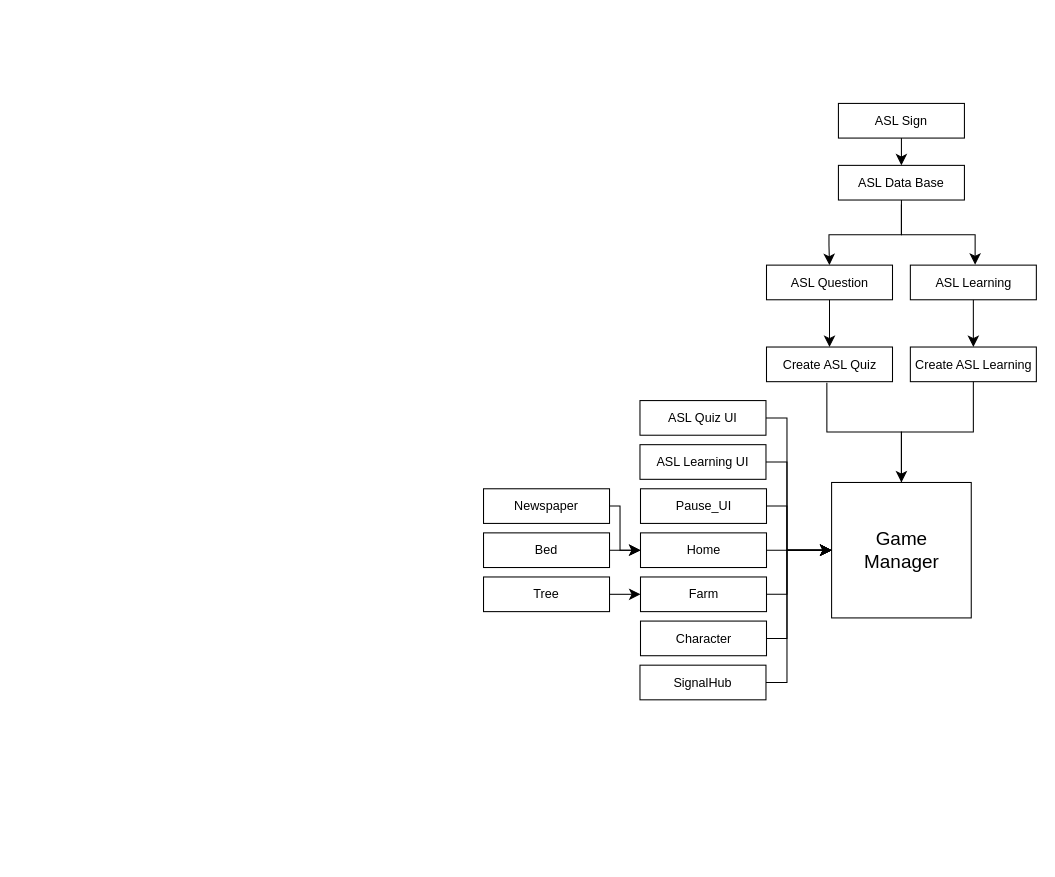
The draw.io diagram Week 4/Design Outline.drawio in Saylopong/Capstone-UMGC, before the edit. Source tidied: cells renumbered, new cells numbered last; positions are measured from the earlier drawing's top-left corner, leaving out a move shared by most shapes. Both pictures are drawn from the tidied source at 105%, with x=0, y=0 at pixel (483, 103).
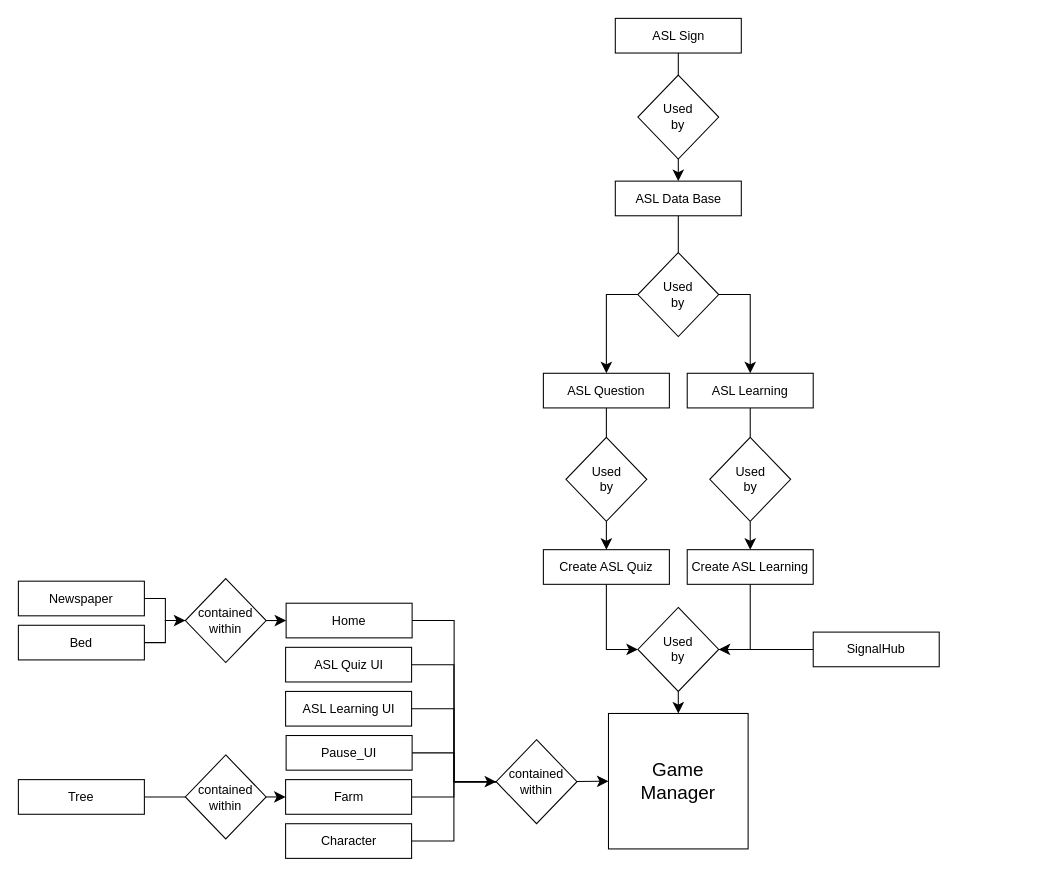
The same diagram, later.

Commit message (it also covers changes not shown here):
Adjustments to Project Design

Design adjustment to better show how sections are interacted with each other.

Change to the diagram source:
```diff
@@
-    <mxCell id="2" style="edgeStyle=none;curved=1;rounded=0;jettySize=auto;html=1;entryX=0.5;entryY=0;entryDx=0;entryDy=0;fontSize=12;startSize=8;endSize=8;" parent="1" edge="1" source="3" target="6">
-      <mxGeometry relative="1" as="geometry" />
-    </mxCell>
+    <mxCell id="36" style="edgeStyle=none;curved=1;rounded=0;jettySize=auto;html=1;entryX=0.5;entryY=0;entryDx=0;entryDy=0;fontSize=12;startSize=8;endSize=8;endArrow=none;endFill=0;" parent="1" edge="1" source="3" target="62">
+      <mxGeometry relative="1" as="geometry" />
+    </mxCell>
     <mxCell id="3" value="ASL Question" style="rounded=0;whiteSpace=wrap;html=1;" parent="1" vertex="1">
-      <mxGeometry x="269.5" y="154" width="120" height="33" as="geometry" />
+      <mxGeometry x="57" y="257" width="120" height="33" as="geometry" />
     </mxCell>
-    <mxCell id="4" style="edgeStyle=none;curved=1;rounded=0;jettySize=auto;html=1;entryX=0.5;entryY=0;entryDx=0;entryDy=0;fontSize=12;startSize=8;endSize=8;" parent="1" edge="1" source="5" target="7">
-      <mxGeometry relative="1" as="geometry" />
-    </mxCell>
+    <mxCell id="37" style="edgeStyle=none;curved=1;rounded=0;jettySize=auto;html=1;entryX=0.5;entryY=0;entryDx=0;entryDy=0;fontSize=12;startSize=8;endSize=8;endArrow=none;endFill=0;" parent="1" edge="1" source="5" target="64">
+      <mxGeometry relative="1" as="geometry" />
+    </mxCell>
     <mxCell id="5" value="ASL Learning" style="rounded=0;whiteSpace=wrap;html=1;" parent="1" vertex="1">
-      <mxGeometry x="406.5" y="154" width="120" height="33" as="geometry" />
+      <mxGeometry x="194" y="257" width="120" height="33" as="geometry" />
     </mxCell>
+    <mxCell id="38" style="edgeStyle=orthogonalEdgeStyle;rounded=0;jettySize=auto;html=1;entryX=0;entryY=0.5;entryDx=0;entryDy=0;fontSize=12;startSize=8;endSize=8;" parent="1" edge="1" source="6" target="55">
+      <mxGeometry relative="1" as="geometry" />
+    </mxCell>
     <mxCell id="6" value="Create ASL Quiz" style="rounded=0;whiteSpace=wrap;html=1;" parent="1" vertex="1">
-      <mxGeometry x="269.5" y="232" width="120" height="33" as="geometry" />
+      <mxGeometry x="57" y="425" width="120" height="33" as="geometry" />
     </mxCell>
+    <mxCell id="39" style="edgeStyle=orthogonalEdgeStyle;rounded=0;jettySize=auto;html=1;entryX=1;entryY=0.5;entryDx=0;entryDy=0;fontSize=12;startSize=8;endSize=8;" parent="1" edge="1" source="7" target="55">
+      <mxGeometry relative="1" as="geometry" />
+    </mxCell>
     <mxCell id="7" value="Create ASL Learning" style="rounded=0;whiteSpace=wrap;html=1;" parent="1" vertex="1">
-      <mxGeometry x="406.5" y="232" width="120" height="33" as="geometry" />
+      <mxGeometry x="194" y="425" width="120" height="33" as="geometry" />
     </mxCell>
     <mxCell id="8" value="Game&lt;div&gt;Manager&lt;/div&gt;" style="rounded=0;whiteSpace=wrap;html=1;fontSize=18;" parent="1" vertex="1">
-      <mxGeometry x="331.5" y="361" width="133" height="129" as="geometry" />
+      <mxGeometry x="119" y="581" width="133" height="129" as="geometry" />
     </mxCell>
-    <mxCell id="9" style="edgeStyle=orthogonalEdgeStyle;rounded=0;jettySize=auto;html=1;entryX=0;entryY=0.5;entryDx=0;entryDy=0;fontSize=12;startSize=8;endSize=8;" parent="1" edge="1" source="10" target="8">
-      <mxGeometry relative="1" as="geometry">
-        <Array as="points">
-          <mxPoint x="289" y="300" />
-          <mxPoint x="289" y="426" />
-        </Array>
-      </mxGeometry>
-    </mxCell>
+    <mxCell id="40" style="edgeStyle=orthogonalEdgeStyle;rounded=0;jettySize=auto;html=1;entryX=0;entryY=0.5;entryDx=0;entryDy=0;fontSize=12;startSize=8;endSize=8;" parent="1" edge="1" source="10" target="53">
+      <mxGeometry relative="1" as="geometry" />
+    </mxCell>
     <mxCell id="10" value="ASL Quiz UI" style="rounded=0;whiteSpace=wrap;html=1;" parent="1" vertex="1">
-      <mxGeometry x="149" y="283" width="120" height="33" as="geometry" />
+      <mxGeometry x="-188.5" y="518" width="120" height="33" as="geometry" />
     </mxCell>
-    <mxCell id="11" style="edgeStyle=orthogonalEdgeStyle;rounded=0;jettySize=auto;html=1;entryX=0;entryY=0.5;entryDx=0;entryDy=0;fontSize=12;startSize=8;endSize=8;" parent="1" edge="1" source="12" target="8">
-      <mxGeometry relative="1" as="geometry">
-        <Array as="points">
-          <mxPoint x="289" y="341" />
-          <mxPoint x="289" y="425" />
-        </Array>
-      </mxGeometry>
-    </mxCell>
+    <mxCell id="41" style="edgeStyle=orthogonalEdgeStyle;rounded=0;jettySize=auto;html=1;entryX=0;entryY=0.5;entryDx=0;entryDy=0;fontSize=12;startSize=8;endSize=8;endArrow=none;endFill=0;" parent="1" edge="1" source="12" target="53">
+      <mxGeometry relative="1" as="geometry" />
+    </mxCell>
     <mxCell id="12" value="ASL Learning UI" style="rounded=0;whiteSpace=wrap;html=1;" parent="1" vertex="1">
-      <mxGeometry x="149" y="325" width="120" height="33" as="geometry" />
+      <mxGeometry x="-188.5" y="560" width="120" height="33" as="geometry" />
     </mxCell>
-    <mxCell id="13" style="edgeStyle=orthogonalEdgeStyle;rounded=0;jettySize=auto;html=1;entryX=0;entryY=0.5;entryDx=0;entryDy=0;fontSize=12;startSize=8;endSize=8;" parent="1" edge="1" source="14" target="8">
-      <mxGeometry relative="1" as="geometry">
-        <Array as="points">
-          <mxPoint x="289" y="383" />
-          <mxPoint x="289" y="425" />
-        </Array>
-      </mxGeometry>
-    </mxCell>
+    <mxCell id="42" style="edgeStyle=orthogonalEdgeStyle;rounded=0;jettySize=auto;html=1;entryX=0;entryY=0.5;entryDx=0;entryDy=0;fontSize=12;startSize=8;endSize=8;endArrow=none;endFill=0;" parent="1" edge="1" source="14" target="53">
+      <mxGeometry relative="1" as="geometry" />
+    </mxCell>
     <mxCell id="14" value="Pause_UI" style="rounded=0;whiteSpace=wrap;html=1;" parent="1" vertex="1">
-      <mxGeometry x="149.5" y="367" width="120" height="33" as="geometry" />
+      <mxGeometry x="-188" y="602" width="120" height="33" as="geometry" />
     </mxCell>
-    <mxCell id="15" style="endArrow=classic;html=1;rounded=0;fontSize=12;startSize=8;endSize=8;edgeStyle=orthogonalEdgeStyle;exitX=0.5;exitY=1.006;exitDx=0;exitDy=0;exitPerimeter=0;entryX=0.514;entryY=-0.011;entryDx=0;entryDy=0;entryPerimeter=0;endFill=1;" parent="1" edge="1" target="5">
-      <mxGeometry relative="1" as="geometry">
-        <mxPoint x="398" y="96.2" as="sourcePoint" />
-        <Array as="points">
-          <mxPoint x="398" y="125" />
-          <mxPoint x="468" y="125" />
-          <mxPoint x="468" y="154" />
-        </Array>
-      </mxGeometry>
-    </mxCell>
-    <mxCell id="16" style="endArrow=classic;html=1;rounded=0;fontSize=12;startSize=8;endSize=8;edgeStyle=orthogonalEdgeStyle;startArrow=none;startFill=0;endFill=1;entryX=0.5;entryY=0;entryDx=0;entryDy=0;exitX=0.5;exitY=1;exitDx=0;exitDy=0;" parent="1" edge="1" source="33" target="3">
-      <mxGeometry relative="1" as="geometry">
-        <Array as="points">
-          <mxPoint x="398" y="125" />
-          <mxPoint x="329" y="125" />
-          <mxPoint x="329" y="135" />
-          <mxPoint x="330" y="135" />
-        </Array>
-      </mxGeometry>
-    </mxCell>
-    <mxCell id="17" style="endArrow=classic;html=1;rounded=0;fontSize=12;startSize=8;endSize=8;edgeStyle=orthogonalEdgeStyle;exitX=0.479;exitY=1.03;exitDx=0;exitDy=0;exitPerimeter=0;endFill=1;" parent="1" edge="1" source="6" target="8">
-      <mxGeometry relative="1" as="geometry" />
-    </mxCell>
-    <mxCell id="18" style="endArrow=none;html=1;rounded=0;fontSize=12;startSize=8;endSize=8;edgeStyle=orthogonalEdgeStyle;exitX=0.5;exitY=1;exitDx=0;exitDy=0;" parent="1" edge="1" source="7" target="8">
-      <mxGeometry relative="1" as="geometry" />
-    </mxCell>
-    <mxCell id="19" style="edgeStyle=orthogonalEdgeStyle;rounded=0;jettySize=auto;html=1;entryX=0;entryY=0.5;entryDx=0;entryDy=0;fontSize=12;startSize=8;endSize=8;endArrow=none;endFill=0;" parent="1" edge="1" source="20" target="8">
-      <mxGeometry relative="1" as="geometry">
-        <Array as="points">
-          <mxPoint x="289" y="551" />
-          <mxPoint x="289" y="426" />
-        </Array>
-      </mxGeometry>
-    </mxCell>
+    <mxCell id="43" style="edgeStyle=none;curved=1;rounded=0;jettySize=auto;html=1;entryX=1;entryY=0.5;entryDx=0;entryDy=0;fontSize=12;startSize=8;endSize=8;endArrow=none;endFill=0;" parent="1" edge="1" source="20" target="55">
+      <mxGeometry relative="1" as="geometry" />
+    </mxCell>
     <mxCell id="20" value="SignalHub" style="rounded=0;whiteSpace=wrap;html=1;" parent="1" vertex="1">
-      <mxGeometry x="149" y="535" width="120" height="33" as="geometry" />
+      <mxGeometry x="314" y="503.5" width="120" height="33" as="geometry" />
     </mxCell>
-    <mxCell id="21" style="edgeStyle=orthogonalEdgeStyle;rounded=0;jettySize=auto;html=1;entryX=0;entryY=0.5;entryDx=0;entryDy=0;fontSize=12;startSize=8;endSize=8;" parent="1" edge="1" source="22" target="8">
-      <mxGeometry relative="1" as="geometry" />
-    </mxCell>
+    <mxCell id="44" style="edgeStyle=orthogonalEdgeStyle;rounded=0;jettySize=auto;html=1;entryX=0;entryY=0.5;entryDx=0;entryDy=0;fontSize=12;startSize=8;endSize=8;endArrow=none;endFill=0;" parent="1" edge="1" source="22" target="53">
+      <mxGeometry relative="1" as="geometry" />
+    </mxCell>
     <mxCell id="22" value="Home" style="rounded=0;whiteSpace=wrap;html=1;" parent="1" vertex="1">
-      <mxGeometry x="149.5" y="409" width="120" height="33" as="geometry" />
+      <mxGeometry x="-188" y="476" width="120" height="33" as="geometry" />
     </mxCell>
-    <mxCell id="23" style="edgeStyle=orthogonalEdgeStyle;rounded=0;jettySize=auto;html=1;entryX=0;entryY=0.5;entryDx=0;entryDy=0;fontSize=12;startSize=8;endSize=8;" parent="1" edge="1" source="24" target="8">
-      <mxGeometry relative="1" as="geometry">
-        <Array as="points">
-          <mxPoint x="289" y="467" />
-          <mxPoint x="289" y="425" />
-        </Array>
-      </mxGeometry>
-    </mxCell>
+    <mxCell id="45" style="edgeStyle=orthogonalEdgeStyle;rounded=0;jettySize=auto;html=1;entryX=0;entryY=0.5;entryDx=0;entryDy=0;fontSize=12;startSize=8;endSize=8;endArrow=none;endFill=0;" parent="1" edge="1" source="24" target="53">
+      <mxGeometry relative="1" as="geometry" />
+    </mxCell>
     <mxCell id="24" value="Farm" style="rounded=0;whiteSpace=wrap;html=1;" parent="1" vertex="1">
-      <mxGeometry x="149.5" y="451" width="120" height="33" as="geometry" />
+      <mxGeometry x="-188.5" y="644" width="120" height="33" as="geometry" />
     </mxCell>
-    <mxCell id="25" style="edgeStyle=orthogonalEdgeStyle;rounded=0;jettySize=auto;html=1;entryX=0;entryY=0.5;entryDx=0;entryDy=0;fontSize=12;startSize=8;endSize=8;" parent="1" edge="1" source="26" target="8">
-      <mxGeometry relative="1" as="geometry">
-        <Array as="points">
-          <mxPoint x="289" y="510" />
-          <mxPoint x="289" y="426" />
-        </Array>
-      </mxGeometry>
-    </mxCell>
+    <mxCell id="46" style="edgeStyle=orthogonalEdgeStyle;rounded=0;jettySize=auto;html=1;entryX=0;entryY=0.5;entryDx=0;entryDy=0;fontSize=12;startSize=8;endSize=8;endArrow=none;endFill=0;" parent="1" edge="1" source="26" target="53">
+      <mxGeometry relative="1" as="geometry" />
+    </mxCell>
     <mxCell id="26" value="Character" style="rounded=0;whiteSpace=wrap;html=1;" parent="1" vertex="1">
-      <mxGeometry x="149.5" y="493" width="120" height="33" as="geometry" />
+      <mxGeometry x="-188.5" y="686" width="120" height="33" as="geometry" />
     </mxCell>
-    <mxCell id="27" style="edgeStyle=orthogonalEdgeStyle;rounded=0;jettySize=auto;html=1;entryX=0;entryY=0.5;entryDx=0;entryDy=0;fontSize=12;startSize=8;endSize=8;" parent="1" edge="1" source="28" target="22">
-      <mxGeometry relative="1" as="geometry">
-        <Array as="points">
-          <mxPoint x="130" y="384" />
-          <mxPoint x="130" y="426" />
-        </Array>
-      </mxGeometry>
-    </mxCell>
+    <mxCell id="47" style="edgeStyle=orthogonalEdgeStyle;rounded=0;jettySize=auto;html=1;entryX=0;entryY=0.5;entryDx=0;entryDy=0;fontSize=12;startSize=8;endSize=8;" parent="1" edge="1" source="28" target="66">
+      <mxGeometry relative="1" as="geometry" />
+    </mxCell>
     <mxCell id="28" value="Newspaper" style="rounded=0;whiteSpace=wrap;html=1;" parent="1" vertex="1">
-      <mxGeometry y="367" width="120" height="33" as="geometry" />
+      <mxGeometry x="-443" y="455" width="120" height="33" as="geometry" />
     </mxCell>
-    <mxCell id="29" style="edgeStyle=orthogonalEdgeStyle;rounded=0;jettySize=auto;html=1;entryX=0;entryY=0.5;entryDx=0;entryDy=0;fontSize=12;startSize=8;endSize=8;" parent="1" edge="1" source="30" target="22">
-      <mxGeometry relative="1" as="geometry" />
-    </mxCell>
+    <mxCell id="48" style="edgeStyle=orthogonalEdgeStyle;rounded=0;jettySize=auto;html=1;entryX=0;entryY=0.5;entryDx=0;entryDy=0;fontSize=12;startSize=8;endSize=8;endArrow=none;endFill=0;" parent="1" edge="1" source="30" target="66">
+      <mxGeometry relative="1" as="geometry" />
+    </mxCell>
     <mxCell id="30" value="Bed" style="rounded=0;whiteSpace=wrap;html=1;" parent="1" vertex="1">
-      <mxGeometry y="409" width="120" height="33" as="geometry" />
+      <mxGeometry x="-443" y="497" width="120" height="33" as="geometry" />
     </mxCell>
-    <mxCell id="31" style="edgeStyle=none;curved=1;rounded=0;jettySize=auto;html=1;entryX=0;entryY=0.5;entryDx=0;entryDy=0;fontSize=12;startSize=8;endSize=8;" parent="1" edge="1" source="32" target="24">
-      <mxGeometry relative="1" as="geometry" />
-    </mxCell>
+    <mxCell id="49" style="edgeStyle=none;curved=1;rounded=0;jettySize=auto;html=1;entryX=0;entryY=0.5;entryDx=0;entryDy=0;fontSize=12;startSize=8;endSize=8;endArrow=none;endFill=0;" parent="1" edge="1" source="32" target="68">
+      <mxGeometry relative="1" as="geometry" />
+    </mxCell>
     <mxCell id="32" value="Tree" style="rounded=0;whiteSpace=wrap;html=1;" parent="1" vertex="1">
-      <mxGeometry y="451" width="120" height="33" as="geometry" />
+      <mxGeometry x="-443" y="644" width="120" height="33" as="geometry" />
     </mxCell>
+    <mxCell id="50" style="edgeStyle=none;curved=1;rounded=0;jettySize=auto;html=1;entryX=0.5;entryY=0;entryDx=0;entryDy=0;fontSize=12;startSize=8;endSize=8;endArrow=none;endFill=0;" parent="1" edge="1" source="33" target="58">
+      <mxGeometry relative="1" as="geometry" />
+    </mxCell>
     <mxCell id="33" value="ASL Data Base" style="rounded=0;whiteSpace=wrap;html=1;" parent="1" vertex="1">
-      <mxGeometry x="338" y="59" width="120" height="33" as="geometry" />
+      <mxGeometry x="125.5" y="74" width="120" height="33" as="geometry" />
     </mxCell>
-    <mxCell id="34" style="edgeStyle=none;curved=1;rounded=0;jettySize=auto;html=1;entryX=0.5;entryY=0;entryDx=0;entryDy=0;fontSize=12;startSize=8;endSize=8;" parent="1" edge="1" source="35" target="33">
-      <mxGeometry relative="1" as="geometry" />
-    </mxCell>
+    <mxCell id="51" style="edgeStyle=none;curved=1;rounded=0;jettySize=auto;html=1;entryX=0.5;entryY=0;entryDx=0;entryDy=0;fontSize=12;startSize=8;endSize=8;endArrow=none;endFill=0;" parent="1" edge="1" source="35" target="60">
+      <mxGeometry relative="1" as="geometry" />
+    </mxCell>
     <mxCell id="35" value="ASL Sign" style="rounded=0;whiteSpace=wrap;html=1;" parent="1" vertex="1">
-      <mxGeometry x="338" width="120" height="33" as="geometry" />
+      <mxGeometry x="125.5" y="-81" width="120" height="33" as="geometry" />
     </mxCell>
+    <mxCell id="52" style="edgeStyle=none;curved=1;rounded=0;jettySize=auto;html=1;entryX=0;entryY=0.5;entryDx=0;entryDy=0;fontSize=12;startSize=8;endSize=8;" parent="1" edge="1" source="53" target="8">
+      <mxGeometry relative="1" as="geometry" />
+    </mxCell>
+    <mxCell id="53" value="contained&lt;div&gt;within&lt;/div&gt;" style="rhombus;whiteSpace=wrap;html=1;" parent="1" vertex="1">
+      <mxGeometry x="12" y="606" width="77" height="80" as="geometry" />
+    </mxCell>
+    <mxCell id="54" style="edgeStyle=none;curved=1;rounded=0;jettySize=auto;html=1;entryX=0.5;entryY=0;entryDx=0;entryDy=0;fontSize=12;startSize=8;endSize=8;" parent="1" edge="1" source="55" target="8">
+      <mxGeometry relative="1" as="geometry" />
+    </mxCell>
+    <mxCell id="55" value="Used&lt;div&gt;by&lt;/div&gt;" style="rhombus;whiteSpace=wrap;html=1;" parent="1" vertex="1">
+      <mxGeometry x="147" y="480" width="77" height="80" as="geometry" />
+    </mxCell>
+    <mxCell id="56" style="edgeStyle=orthogonalEdgeStyle;rounded=0;jettySize=auto;html=1;entryX=0.5;entryY=0;entryDx=0;entryDy=0;fontSize=12;startSize=8;endSize=8;" parent="1" edge="1" source="58" target="5">
+      <mxGeometry relative="1" as="geometry">
+        <Array as="points">
+          <mxPoint x="254" y="182" />
+        </Array>
+      </mxGeometry>
+    </mxCell>
+    <mxCell id="57" style="edgeStyle=orthogonalEdgeStyle;rounded=0;jettySize=auto;html=1;entryX=0.5;entryY=0;entryDx=0;entryDy=0;fontSize=12;startSize=8;endSize=8;" parent="1" edge="1" source="58" target="3">
+      <mxGeometry relative="1" as="geometry">
+        <Array as="points">
+          <mxPoint x="117" y="182" />
+        </Array>
+      </mxGeometry>
+    </mxCell>
+    <mxCell id="58" value="Used&lt;div&gt;by&lt;/div&gt;" style="rhombus;whiteSpace=wrap;html=1;" parent="1" vertex="1">
+      <mxGeometry x="147" y="142" width="77" height="80" as="geometry" />
+    </mxCell>
+    <mxCell id="59" style="edgeStyle=none;curved=1;rounded=0;jettySize=auto;html=1;entryX=0.5;entryY=0;entryDx=0;entryDy=0;fontSize=12;startSize=8;endSize=8;" parent="1" edge="1" source="60" target="33">
+      <mxGeometry relative="1" as="geometry" />
+    </mxCell>
+    <mxCell id="60" value="Used&lt;div&gt;by&lt;/div&gt;" style="rhombus;whiteSpace=wrap;html=1;" parent="1" vertex="1">
+      <mxGeometry x="147" y="-27" width="77" height="80" as="geometry" />
+    </mxCell>
+    <mxCell id="61" style="edgeStyle=none;curved=1;rounded=0;jettySize=auto;html=1;entryX=0.5;entryY=0;entryDx=0;entryDy=0;fontSize=12;startSize=8;endSize=8;" parent="1" edge="1" source="62" target="6">
+      <mxGeometry relative="1" as="geometry" />
+    </mxCell>
+    <mxCell id="62" value="Used&lt;div&gt;by&lt;/div&gt;" style="rhombus;whiteSpace=wrap;html=1;" parent="1" vertex="1">
+      <mxGeometry x="78.5" y="318" width="77" height="80" as="geometry" />
+    </mxCell>
+    <mxCell id="63" style="edgeStyle=none;curved=1;rounded=0;jettySize=auto;html=1;entryX=0.5;entryY=0;entryDx=0;entryDy=0;fontSize=12;startSize=8;endSize=8;" parent="1" edge="1" source="64" target="7">
+      <mxGeometry relative="1" as="geometry" />
+    </mxCell>
+    <mxCell id="64" value="Used&lt;div&gt;by&lt;/div&gt;" style="rhombus;whiteSpace=wrap;html=1;" parent="1" vertex="1">
+      <mxGeometry x="215.5" y="318" width="77" height="80" as="geometry" />
+    </mxCell>
+    <mxCell id="65" style="edgeStyle=none;curved=1;rounded=0;jettySize=auto;html=1;entryX=0;entryY=0.5;entryDx=0;entryDy=0;fontSize=12;startSize=8;endSize=8;" parent="1" edge="1" source="66" target="22">
+      <mxGeometry relative="1" as="geometry" />
+    </mxCell>
+    <mxCell id="66" value="contained&lt;div&gt;within&lt;/div&gt;" style="rhombus;whiteSpace=wrap;html=1;" parent="1" vertex="1">
+      <mxGeometry x="-284" y="452.5" width="77" height="80" as="geometry" />
+    </mxCell>
+    <mxCell id="67" style="edgeStyle=none;curved=1;rounded=0;jettySize=auto;html=1;entryX=0;entryY=0.5;entryDx=0;entryDy=0;fontSize=12;startSize=8;endSize=8;" parent="1" edge="1" source="68" target="24">
+      <mxGeometry relative="1" as="geometry" />
+    </mxCell>
+    <mxCell id="68" value="contained&lt;div&gt;within&lt;/div&gt;" style="rhombus;whiteSpace=wrap;html=1;" parent="1" vertex="1">
+      <mxGeometry x="-284" y="620.5" width="77" height="80" as="geometry" />
+    </mxCell>
```
